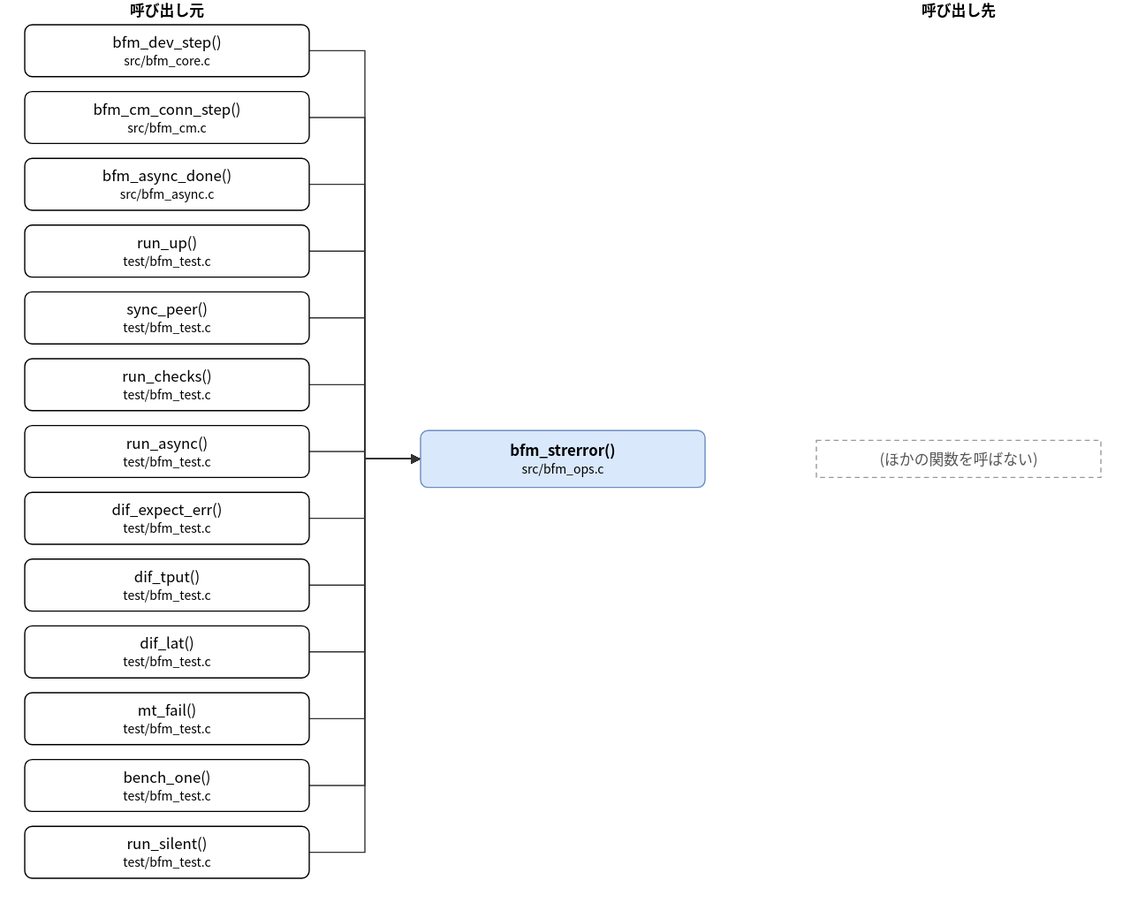
The draw.io diagram doc/spec/images/call_src_bfm_ops-bfm_strerror.drawio.svg in hf355051012-ai/bfmem, before a commit. Source tidied: cells renumbered, new cells last; positions are measured from the earlier drawing's top-left corner, leaving out a move shared by most shapes.
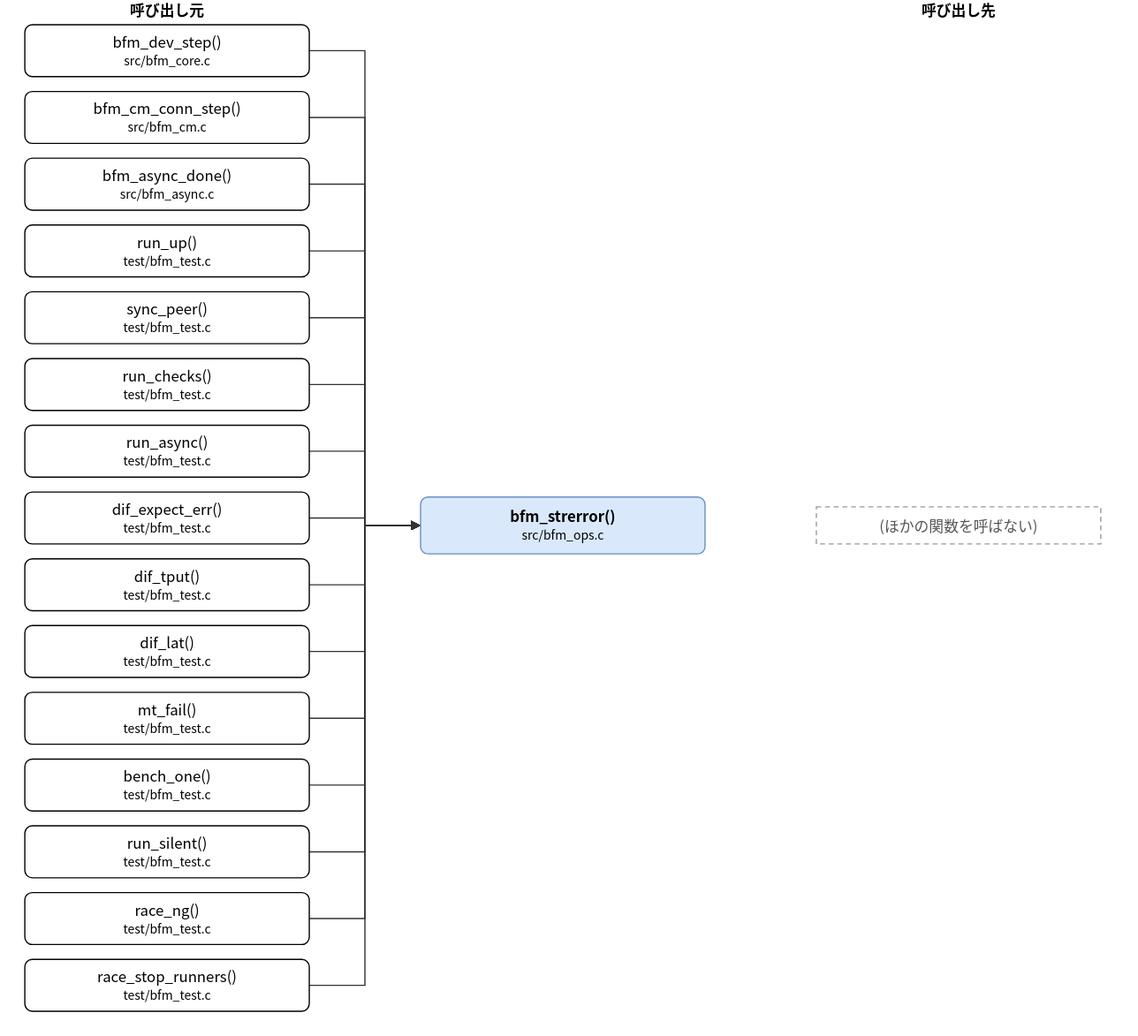
The same file after the commit.

Diff of the diagram source:
```diff
@@ -3,7 +3,7 @@
     <mxCell id="0" />
     <mxCell id="1" parent="0" />
     <mxCell id="2" value="bfm_strerror()&lt;br&gt;&lt;font style=&quot;font-size:10px&quot;&gt;src/bfm_ops.c&lt;/font&gt;" style="rounded=1;whiteSpace=wrap;html=1;fillColor=#dae8fc;strokeColor=#6c8ebf;fontStyle=1;" parent="1" vertex="1">
-      <mxGeometry x="320" y="348" width="230" height="46" as="geometry" />
+      <mxGeometry x="320" y="402" width="230" height="46" as="geometry" />
     </mxCell>
     <mxCell id="3" value="bfm_dev_step()&lt;br&gt;&lt;font style=&quot;font-size:10px&quot;&gt;src/bfm_core.c&lt;/font&gt;" style="rounded=1;whiteSpace=wrap;html=1;" parent="1" vertex="1">
       <mxGeometry y="20" width="230" height="42" as="geometry" />
@@ -44,14 +44,20 @@
     <mxCell id="15" value="run_silent()&lt;br&gt;&lt;font style=&quot;font-size:10px&quot;&gt;test/bfm_test.c&lt;/font&gt;" style="rounded=1;whiteSpace=wrap;html=1;" parent="1" vertex="1">
       <mxGeometry y="668" width="230" height="42" as="geometry" />
     </mxCell>
+    <mxCell id="32" value="race_ng()&lt;br&gt;&lt;font style=&quot;font-size:10px&quot;&gt;test/bfm_test.c&lt;/font&gt;" style="rounded=1;whiteSpace=wrap;html=1;" parent="1" vertex="1">
+      <mxGeometry y="722" width="230" height="42" as="geometry" />
+    </mxCell>
+    <mxCell id="33" value="race_stop_runners()&lt;br&gt;&lt;font style=&quot;font-size:10px&quot;&gt;test/bfm_test.c&lt;/font&gt;" style="rounded=1;whiteSpace=wrap;html=1;" parent="1" vertex="1">
+      <mxGeometry y="776" width="230" height="42" as="geometry" />
+    </mxCell>
     <mxCell id="16" value="(ほかの関数を呼ばない)" style="rounded=0;whiteSpace=wrap;html=1;dashed=1;strokeColor=#999999;fontColor=#555555;dashed=1;" parent="1" vertex="1">
-      <mxGeometry x="640" y="356" width="230" height="30" as="geometry" />
+      <mxGeometry x="640" y="410" width="230" height="30" as="geometry" />
     </mxCell>
     <mxCell id="17" style="edgeStyle=none;html=1;rounded=0;endArrow=block;endFill=1;exitX=1.0000;exitY=0.5000;exitDx=0;exitDy=0;exitPerimeter=0;entryX=0.0000;entryY=0.5000;entryDx=0;entryDy=0;entryPerimeter=0;" parent="1" edge="1" source="3" target="2">
       <mxGeometry relative="1" as="geometry">
         <Array as="points">
           <mxPoint x="275" y="41" />
-          <mxPoint x="275" y="371" />
+          <mxPoint x="275" y="425" />
         </Array>
       </mxGeometry>
     </mxCell>
@@ -59,7 +65,7 @@
       <mxGeometry relative="1" as="geometry">
         <Array as="points">
           <mxPoint x="275" y="95" />
-          <mxPoint x="275" y="371" />
+          <mxPoint x="275" y="425" />
         </Array>
       </mxGeometry>
     </mxCell>
@@ -67,7 +73,7 @@
       <mxGeometry relative="1" as="geometry">
         <Array as="points">
           <mxPoint x="275" y="149" />
-          <mxPoint x="275" y="371" />
+          <mxPoint x="275" y="425" />
         </Array>
       </mxGeometry>
     </mxCell>
@@ -75,7 +81,7 @@
       <mxGeometry relative="1" as="geometry">
         <Array as="points">
           <mxPoint x="275" y="203" />
-          <mxPoint x="275" y="371" />
+          <mxPoint x="275" y="425" />
         </Array>
       </mxGeometry>
     </mxCell>
@@ -83,7 +89,7 @@
       <mxGeometry relative="1" as="geometry">
         <Array as="points">
           <mxPoint x="275" y="257" />
-          <mxPoint x="275" y="371" />
+          <mxPoint x="275" y="425" />
         </Array>
       </mxGeometry>
     </mxCell>
@@ -91,7 +97,7 @@
       <mxGeometry relative="1" as="geometry">
         <Array as="points">
           <mxPoint x="275" y="311" />
-          <mxPoint x="275" y="371" />
+          <mxPoint x="275" y="425" />
         </Array>
       </mxGeometry>
     </mxCell>
@@ -99,7 +105,7 @@
       <mxGeometry relative="1" as="geometry">
         <Array as="points">
           <mxPoint x="275" y="365" />
-          <mxPoint x="275" y="371" />
+          <mxPoint x="275" y="425" />
         </Array>
       </mxGeometry>
     </mxCell>
@@ -107,7 +113,7 @@
       <mxGeometry relative="1" as="geometry">
         <Array as="points">
           <mxPoint x="275" y="419" />
-          <mxPoint x="275" y="371" />
+          <mxPoint x="275" y="425" />
         </Array>
       </mxGeometry>
     </mxCell>
@@ -115,7 +121,7 @@
       <mxGeometry relative="1" as="geometry">
         <Array as="points">
           <mxPoint x="275" y="473" />
-          <mxPoint x="275" y="371" />
+          <mxPoint x="275" y="425" />
         </Array>
       </mxGeometry>
     </mxCell>
@@ -123,7 +129,7 @@
       <mxGeometry relative="1" as="geometry">
         <Array as="points">
           <mxPoint x="275" y="527" />
-          <mxPoint x="275" y="371" />
+          <mxPoint x="275" y="425" />
         </Array>
       </mxGeometry>
     </mxCell>
@@ -131,7 +137,7 @@
       <mxGeometry relative="1" as="geometry">
         <Array as="points">
           <mxPoint x="275" y="581" />
-          <mxPoint x="275" y="371" />
+          <mxPoint x="275" y="425" />
         </Array>
       </mxGeometry>
     </mxCell>
@@ -139,7 +145,7 @@
       <mxGeometry relative="1" as="geometry">
         <Array as="points">
           <mxPoint x="275" y="635" />
-          <mxPoint x="275" y="371" />
+          <mxPoint x="275" y="425" />
         </Array>
       </mxGeometry>
     </mxCell>
@@ -147,10 +153,26 @@
       <mxGeometry relative="1" as="geometry">
         <Array as="points">
           <mxPoint x="275" y="689" />
-          <mxPoint x="275" y="371" />
+          <mxPoint x="275" y="425" />
         </Array>
       </mxGeometry>
     </mxCell>
+    <mxCell id="34" style="edgeStyle=none;html=1;rounded=0;endArrow=block;endFill=1;exitX=1.0000;exitY=0.5000;exitDx=0;exitDy=0;exitPerimeter=0;entryX=0.0000;entryY=0.5000;entryDx=0;entryDy=0;entryPerimeter=0;" parent="1" edge="1" source="32" target="2">
+      <mxGeometry relative="1" as="geometry">
+        <Array as="points">
+          <mxPoint x="275" y="743" />
+          <mxPoint x="275" y="425" />
+        </Array>
+      </mxGeometry>
+    </mxCell>
+    <mxCell id="35" style="edgeStyle=none;html=1;rounded=0;endArrow=block;endFill=1;exitX=1.0000;exitY=0.5000;exitDx=0;exitDy=0;exitPerimeter=0;entryX=0.0000;entryY=0.5000;entryDx=0;entryDy=0;entryPerimeter=0;" parent="1" edge="1" source="33" target="2">
+      <mxGeometry relative="1" as="geometry">
+        <Array as="points">
+          <mxPoint x="275" y="797" />
+          <mxPoint x="275" y="425" />
+        </Array>
+      </mxGeometry>
+    </mxCell>
     <mxCell id="30" value="呼び出し元" style="text;html=1;align=center;fontStyle=1;" parent="1" vertex="1">
       <mxGeometry x="35" width="160" height="18" as="geometry" />
     </mxCell>
```
